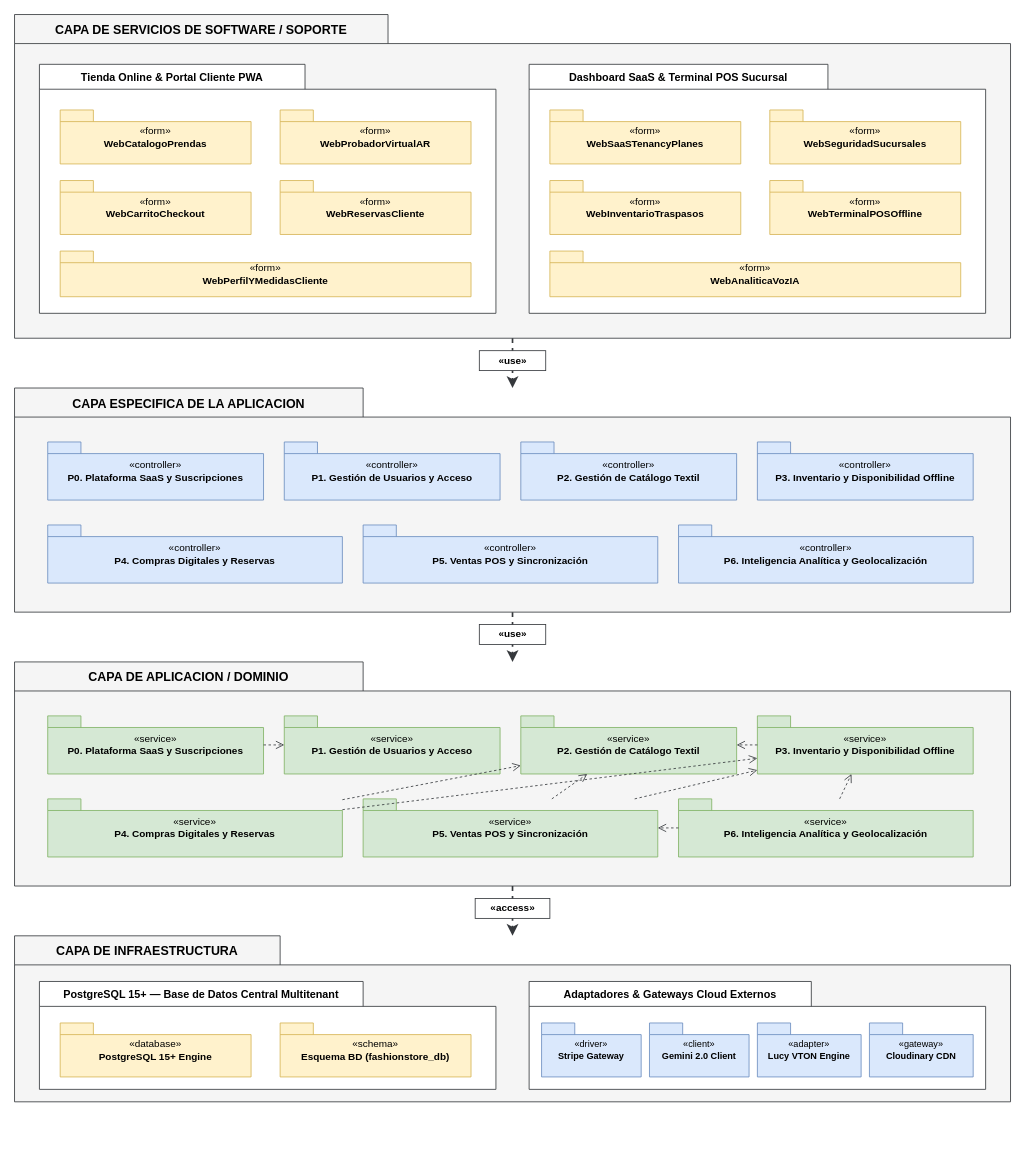
RSofi12/Saas-ecommerce keeps this draw.io diagram as docsUML/baseDatos/diagrama_paquetes-logico.drawio. Above is the earlier version. Source tidied: cells renumbered, new cells numbered last; positions are measured from the earlier drawing's top-left corner, leaving out a move shared by most shapes. Both pictures are drawn from the tidied source at 83%, with x=0, y=0 at pixel (14, 14).
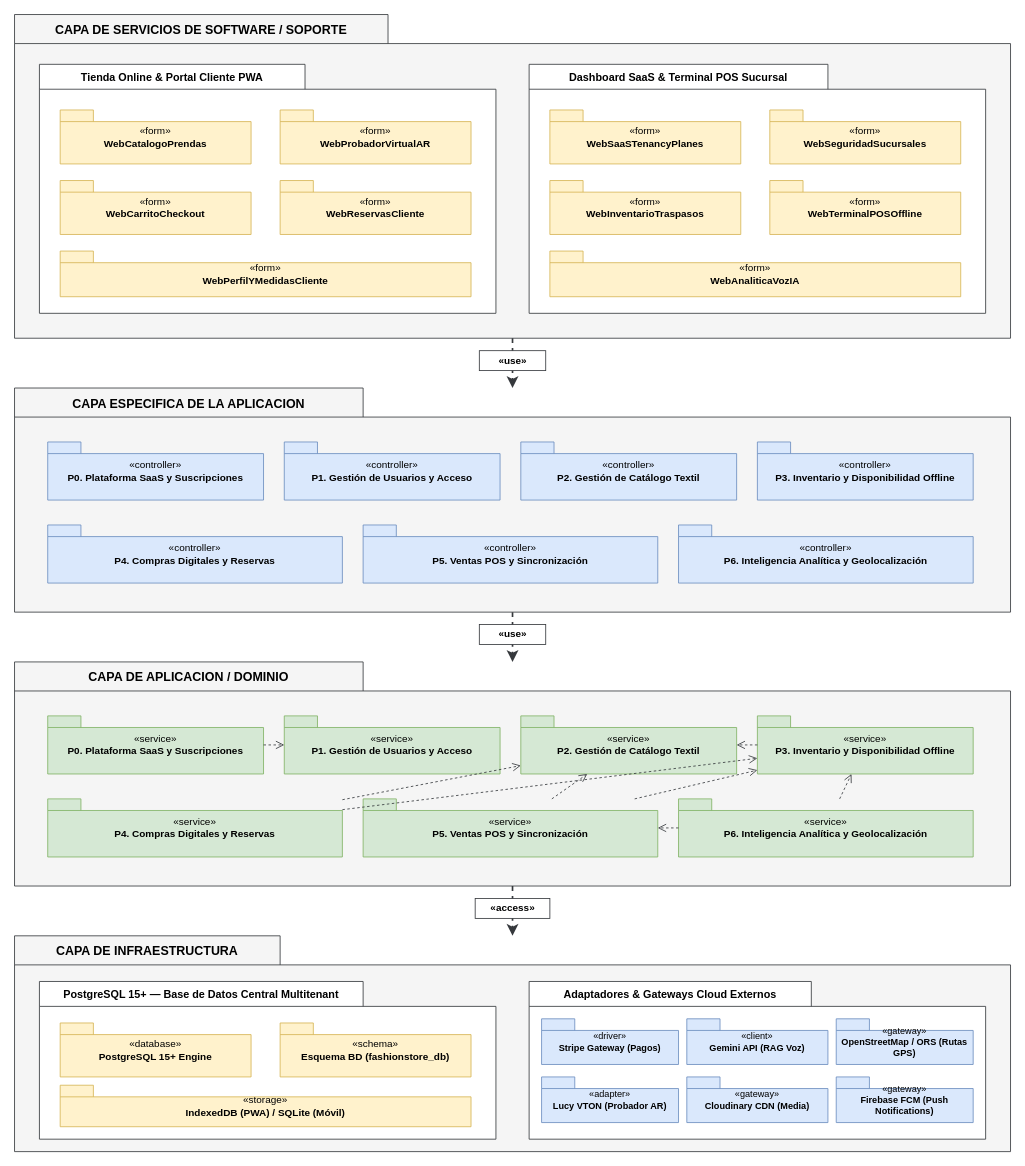
The same page after the edit.

Commit message (it also covers changes not shown here):
feat(mobile): hacer Firebase opcional y ajustar config local

What changed in the source:
```diff
@@
     <mxCell id="39" value="CAPA DE INFRAESTRUCTURA" style="shape=folder;fontStyle=1;tabWidth=320;tabHeight=35;tabPosition=left;html=1;boundedLbl=1;labelInHeader=1;whiteSpace=wrap;fontSize=15;fillColor=#f5f5f5;strokeColor=#36393d;" parent="1" vertex="1">
-      <mxGeometry y="1110" width="1200" height="200" as="geometry" />
+      <mxGeometry y="1110" width="1200" height="260" as="geometry" />
     </mxCell>
     <mxCell id="40" value="PostgreSQL 15+ — Base de Datos Central Multitenant" style="shape=folder;fontStyle=1;tabWidth=390;tabHeight=30;tabPosition=left;html=1;boundedLbl=1;labelInHeader=1;whiteSpace=wrap;fontSize=13;fillColor=#ffffff;strokeColor=#36393d;" parent="1" vertex="1">
-      <mxGeometry x="30" y="1165" width="550" height="130" as="geometry" />
+      <mxGeometry x="30" y="1165" width="550" height="190" as="geometry" />
     </mxCell>
@@
     <mxCell id="43" value="Adaptadores &amp; Gateways Cloud Externos" style="shape=folder;fontStyle=1;tabWidth=340;tabHeight=30;tabPosition=left;html=1;boundedLbl=1;labelInHeader=1;whiteSpace=wrap;fontSize=13;fillColor=#ffffff;strokeColor=#36393d;" parent="1" vertex="1">
-      <mxGeometry x="620" y="1165" width="550" height="130" as="geometry" />
+      <mxGeometry x="620" y="1165" width="550" height="190" as="geometry" />
     </mxCell>
-    <mxCell id="44" value="&lt;div&gt;&amp;laquo;driver&amp;raquo;&lt;/div&gt;&lt;div&gt;&lt;b&gt;Stripe Gateway&lt;/b&gt;&lt;/div&gt;" style="shape=folder;fontStyle=0;tabWidth=40;tabHeight=14;tabPosition=left;html=1;whiteSpace=wrap;fillColor=#dae8fc;strokeColor=#6c8ebf;align=center;verticalAlign=middle;fontSize=11;" parent="1" vertex="1">
-      <mxGeometry x="635" y="1215" width="120" height="65" as="geometry" />
+    <mxCell id="44" value="&lt;div&gt;&amp;laquo;driver&amp;raquo;&lt;/div&gt;&lt;div&gt;&lt;b&gt;Stripe Gateway (Pagos)&lt;/b&gt;&lt;/div&gt;" style="shape=folder;fontStyle=0;tabWidth=40;tabHeight=14;tabPosition=left;html=1;whiteSpace=wrap;fillColor=#dae8fc;strokeColor=#6c8ebf;align=center;verticalAlign=middle;fontSize=11;" parent="1" vertex="1">
+      <mxGeometry x="635" y="1210" width="165" height="55" as="geometry" />
     </mxCell>
-    <mxCell id="45" value="&lt;div&gt;&amp;laquo;client&amp;raquo;&lt;/div&gt;&lt;div&gt;&lt;b&gt;Gemini 2.0 Client&lt;/b&gt;&lt;/div&gt;" style="shape=folder;fontStyle=0;tabWidth=40;tabHeight=14;tabPosition=left;html=1;whiteSpace=wrap;fillColor=#dae8fc;strokeColor=#6c8ebf;align=center;verticalAlign=middle;fontSize=11;" parent="1" vertex="1">
-      <mxGeometry x="765" y="1215" width="120" height="65" as="geometry" />
+    <mxCell id="45" value="&lt;div&gt;&amp;laquo;client&amp;raquo;&lt;/div&gt;&lt;div&gt;&lt;b&gt;Gemini API (RAG Voz)&lt;/b&gt;&lt;/div&gt;" style="shape=folder;fontStyle=0;tabWidth=40;tabHeight=14;tabPosition=left;html=1;whiteSpace=wrap;fillColor=#dae8fc;strokeColor=#6c8ebf;align=center;verticalAlign=middle;fontSize=11;" parent="1" vertex="1">
+      <mxGeometry x="810" y="1210" width="170" height="55" as="geometry" />
     </mxCell>
-    <mxCell id="46" value="&lt;div&gt;&amp;laquo;adapter&amp;raquo;&lt;/div&gt;&lt;div&gt;&lt;b&gt;Lucy VTON Engine&lt;/b&gt;&lt;/div&gt;" style="shape=folder;fontStyle=0;tabWidth=40;tabHeight=14;tabPosition=left;html=1;whiteSpace=wrap;fillColor=#dae8fc;strokeColor=#6c8ebf;align=center;verticalAlign=middle;fontSize=11;" parent="1" vertex="1">
-      <mxGeometry x="895" y="1215" width="125" height="65" as="geometry" />
+    <mxCell id="46" value="&lt;div&gt;&amp;laquo;adapter&amp;raquo;&lt;/div&gt;&lt;div&gt;&lt;b&gt;Lucy VTON (Probador AR)&lt;/b&gt;&lt;/div&gt;" style="shape=folder;fontStyle=0;tabWidth=40;tabHeight=14;tabPosition=left;html=1;whiteSpace=wrap;fillColor=#dae8fc;strokeColor=#6c8ebf;align=center;verticalAlign=middle;fontSize=11;" parent="1" vertex="1">
+      <mxGeometry x="635" y="1280" width="165" height="55" as="geometry" />
     </mxCell>
-    <mxCell id="47" value="&lt;div&gt;&amp;laquo;gateway&amp;raquo;&lt;/div&gt;&lt;div&gt;&lt;b&gt;Cloudinary CDN&lt;/b&gt;&lt;/div&gt;" style="shape=folder;fontStyle=0;tabWidth=40;tabHeight=14;tabPosition=left;html=1;whiteSpace=wrap;fillColor=#dae8fc;strokeColor=#6c8ebf;align=center;verticalAlign=middle;fontSize=11;" parent="1" vertex="1">
-      <mxGeometry x="1030" y="1215" width="125" height="65" as="geometry" />
+    <mxCell id="47" value="&lt;div&gt;&amp;laquo;gateway&amp;raquo;&lt;/div&gt;&lt;div&gt;&lt;b&gt;Cloudinary CDN (Media)&lt;/b&gt;&lt;/div&gt;" style="shape=folder;fontStyle=0;tabWidth=40;tabHeight=14;tabPosition=left;html=1;whiteSpace=wrap;fillColor=#dae8fc;strokeColor=#6c8ebf;align=center;verticalAlign=middle;fontSize=11;" parent="1" vertex="1">
+      <mxGeometry x="810" y="1280" width="170" height="55" as="geometry" />
     </mxCell>
@@
+    <mxCell id="54" value="&lt;div&gt;&amp;laquo;gateway&amp;raquo;&lt;/div&gt;&lt;div&gt;&lt;b&gt;OpenStreetMap / ORS (Rutas GPS)&lt;/b&gt;&lt;/div&gt;" style="shape=folder;fontStyle=0;tabWidth=40;tabHeight=14;tabPosition=left;html=1;whiteSpace=wrap;fillColor=#dae8fc;strokeColor=#6c8ebf;align=center;verticalAlign=middle;fontSize=11;" parent="1" vertex="1">
+      <mxGeometry x="990" y="1210" width="165" height="55" as="geometry" />
+    </mxCell>
+    <mxCell id="55" value="&lt;div&gt;&amp;laquo;gateway&amp;raquo;&lt;/div&gt;&lt;div&gt;&lt;b&gt;Firebase FCM (Push Notifications)&lt;/b&gt;&lt;/div&gt;" style="shape=folder;fontStyle=0;tabWidth=40;tabHeight=14;tabPosition=left;html=1;whiteSpace=wrap;fillColor=#dae8fc;strokeColor=#6c8ebf;align=center;verticalAlign=middle;fontSize=11;" parent="1" vertex="1">
+      <mxGeometry x="990" y="1280" width="165" height="55" as="geometry" />
+    </mxCell>
+    <mxCell id="56" value="&lt;div&gt;&amp;laquo;storage&amp;raquo;&lt;/div&gt;&lt;div&gt;&lt;b&gt;IndexedDB (PWA) / SQLite (Móvil)&lt;/b&gt;&lt;/div&gt;" style="shape=folder;fontStyle=0;tabWidth=40;tabHeight=14;tabPosition=left;html=1;whiteSpace=wrap;fillColor=#fff2cc;strokeColor=#d6b656;align=center;verticalAlign=middle;fontSize=12;" parent="1" vertex="1">
+      <mxGeometry x="55" y="1290" width="495" height="50" as="geometry" />
+    </mxCell>
```
